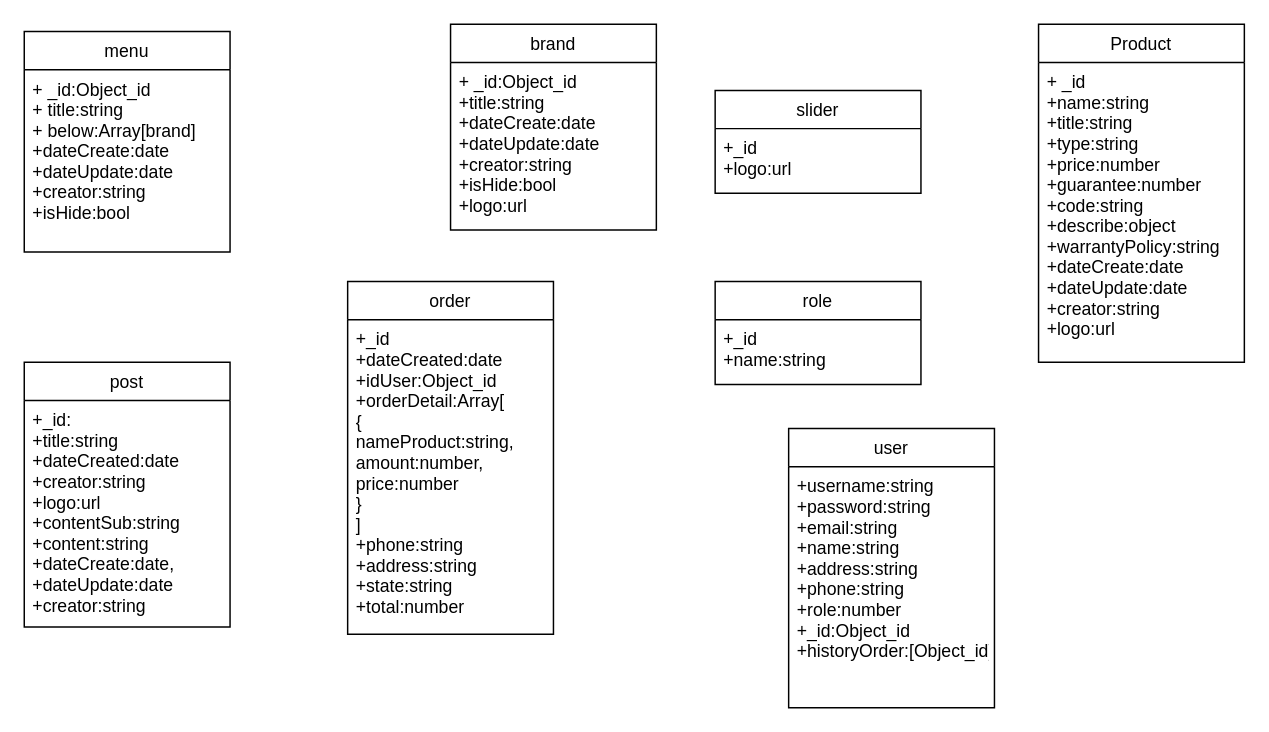
The draw.io diagram dongho.drawio in kanaza919/ChuDeNC_BackEnd, before the edit. Source tidied: cells renumbered, new cells numbered last; positions are measured from the earlier drawing's top-left corner, leaving out a move shared by most shapes. Both pictures are drawn from the tidied source at 147%, with x=0, y=0 at pixel (24, 24).
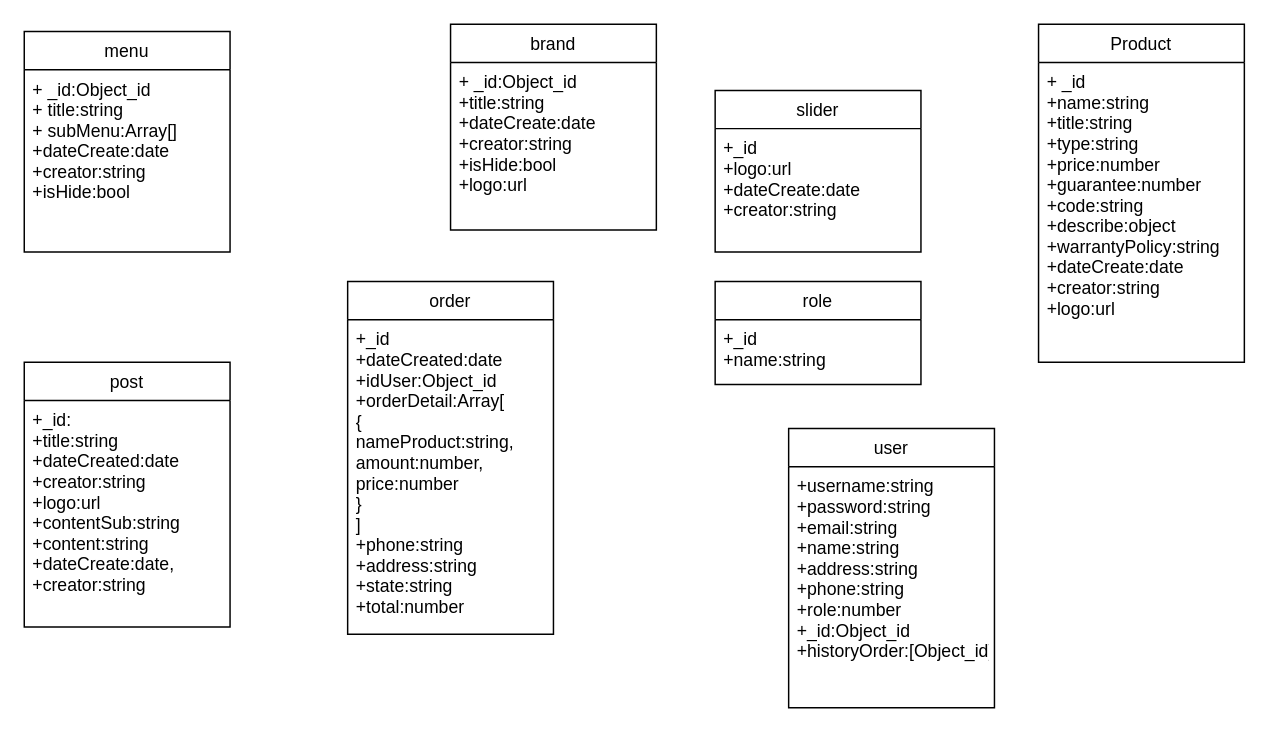
The same page after the edit.

The edit, as a diff of the source:
```diff
@@
 <mxGraphModel background="#ffffff">
   <root>
     <mxCell id="0" />
     <mxCell id="1" parent="0" />
     <mxCell id="2" value="menu" style="swimlane;fontStyle=0;horizontal=1;startSize=26;fillColor=none;" parent="1" vertex="1">
       <mxGeometry y="5" width="140" height="150" as="geometry" />
     </mxCell>
-    <mxCell id="3" value="+ _id:Object_id&#10;+ title:string&#10;+ below:Array[brand]&#10;+dateCreate:date&#10;+dateUpdate:date&#10;+creator:string&#10;+isHide:bool" style="text;strokeColor=none;fillColor=none;align=left;verticalAlign=top;spacingLeft=4;spacingRight=4;overflow=hidden;" parent="2" vertex="1">
+    <mxCell id="3" value="+ _id:Object_id&#10;+ title:string&#10;+ subMenu:Array[]&#10;+dateCreate:date&#10;+creator:string&#10;+isHide:bool" style="text;strokeColor=none;fillColor=none;align=left;verticalAlign=top;spacingLeft=4;spacingRight=4;overflow=hidden;" parent="2" vertex="1">
       <mxGeometry y="26" width="140" height="124" as="geometry" />
     </mxCell>
     <mxCell id="4" value="brand" style="swimlane;fontStyle=0;horizontal=1;startSize=26;fillColor=none;" parent="1" vertex="1">
       <mxGeometry x="290" width="140" height="140" as="geometry" />
     </mxCell>
-    <mxCell id="5" value="+ _id:Object_id&#10;+title:string&#10;+dateCreate:date&#10;+dateUpdate:date&#10;+creator:string&#10;+isHide:bool&#10;+logo:url" style="text;strokeColor=none;fillColor=none;align=left;verticalAlign=top;spacingLeft=4;spacingRight=4;overflow=hidden;" parent="4" vertex="1">
+    <mxCell id="5" value="+ _id:Object_id&#10;+title:string&#10;+dateCreate:date&#10;+creator:string&#10;+isHide:bool&#10;+logo:url" style="text;strokeColor=none;fillColor=none;align=left;verticalAlign=top;spacingLeft=4;spacingRight=4;overflow=hidden;" parent="4" vertex="1">
       <mxGeometry y="26" width="140" height="114" as="geometry" />
     </mxCell>
     <mxCell id="6" value="user" style="swimlane;fontStyle=0;horizontal=1;startSize=26;fillColor=none;" parent="1" vertex="1">
       <mxGeometry x="520" y="275" width="140" height="190" as="geometry" />
     </mxCell>
     <mxCell id="7" value="+username:string&#10;+password:string&#10;+email:string&#10;+name:string&#10;+address:string&#10;+phone:string&#10;+role:number&#10;+_id:Object_id&#10;+historyOrder:[Object_id]" style="text;strokeColor=none;fillColor=none;align=left;verticalAlign=top;spacingLeft=4;spacingRight=4;overflow=hidden;" parent="6" vertex="1">
       <mxGeometry y="26" width="140" height="164" as="geometry" />
     </mxCell>
     <mxCell id="8" value="role" style="swimlane;fontStyle=0;horizontal=1;startSize=26;fillColor=none;" parent="1" vertex="1">
       <mxGeometry x="470" y="175" width="140" height="70" as="geometry" />
     </mxCell>
     <mxCell id="9" value="+_id&#10;+name:string" style="text;strokeColor=none;fillColor=none;align=left;verticalAlign=top;spacingLeft=4;spacingRight=4;overflow=hidden;" parent="8" vertex="1">
       <mxGeometry y="26" width="140" height="44" as="geometry" />
     </mxCell>
     <mxCell id="10" value="order" style="swimlane;fontStyle=0;horizontal=1;startSize=26;fillColor=none;" parent="1" vertex="1">
       <mxGeometry x="220" y="175" width="140" height="240" as="geometry" />
     </mxCell>
     <mxCell id="11" value="+_id&#10;+dateCreated:date&#10;+idUser:Object_id&#10;+orderDetail:Array[&#10;{&#10;nameProduct:string,&#10;amount:number,&#10;price:number&#10;}&#10;]&#10;+phone:string&#10;+address:string&#10;+state:string&#10;+total:number" style="text;strokeColor=none;fillColor=none;align=left;verticalAlign=top;spacingLeft=4;spacingRight=4;overflow=hidden;" parent="10" vertex="1">
       <mxGeometry y="26" width="140" height="214" as="geometry" />
     </mxCell>
     <mxCell id="12" value="slider" style="swimlane;fontStyle=0;horizontal=1;startSize=26;fillColor=none;" parent="1" vertex="1">
-      <mxGeometry x="470" y="45" width="140" height="70" as="geometry" />
+      <mxGeometry x="470" y="45" width="140" height="110" as="geometry" />
     </mxCell>
-    <mxCell id="13" value="+_id&#10;+logo:url" style="text;strokeColor=none;fillColor=none;align=left;verticalAlign=top;spacingLeft=4;spacingRight=4;overflow=hidden;" parent="12" vertex="1">
-      <mxGeometry y="26" width="140" height="44" as="geometry" />
+    <mxCell id="13" value="+_id&#10;+logo:url&#10;+dateCreate:date&#10;+creator:string" style="text;strokeColor=none;fillColor=none;align=left;verticalAlign=top;spacingLeft=4;spacingRight=4;overflow=hidden;" parent="12" vertex="1">
+      <mxGeometry y="26" width="140" height="84" as="geometry" />
     </mxCell>
     <mxCell id="14" value="Product" style="swimlane;fontStyle=0;horizontal=1;startSize=26;fillColor=none;" parent="1" vertex="1">
       <mxGeometry x="690" width="140" height="230" as="geometry" />
     </mxCell>
-    <mxCell id="15" value="+ _id&#10;+name:string&#10;+title:string&#10;+type:string&#10;+price:number&#10;+guarantee:number&#10;+code:string&#10;+describe:object&#10;+warrantyPolicy:string&#10;+dateCreate:date&#10;+dateUpdate:date&#10;+creator:string&#10;+logo:url" style="text;strokeColor=none;fillColor=none;align=left;verticalAlign=top;spacingLeft=4;spacingRight=4;overflow=hidden;" parent="14" vertex="1">
+    <mxCell id="15" value="+ _id&#10;+name:string&#10;+title:string&#10;+type:string&#10;+price:number&#10;+guarantee:number&#10;+code:string&#10;+describe:object&#10;+warrantyPolicy:string&#10;+dateCreate:date&#10;+creator:string&#10;+logo:url" style="text;strokeColor=none;fillColor=none;align=left;verticalAlign=top;spacingLeft=4;spacingRight=4;overflow=hidden;" parent="14" vertex="1">
       <mxGeometry y="26" width="140" height="204" as="geometry" />
     </mxCell>
     <mxCell id="16" value="post" style="swimlane;fontStyle=0;horizontal=1;startSize=26;fillColor=none;" parent="1" vertex="1">
       <mxGeometry y="230" width="140" height="180" as="geometry" />
     </mxCell>
-    <mxCell id="17" value="+_id:&#10;+title:string&#10;+dateCreated:date&#10;+creator:string&#10;+logo:url&#10;+contentSub:string&#10;+content:string&#10;+dateCreate:date,&#10;+dateUpdate:date&#10;+creator:string" style="text;strokeColor=none;fillColor=none;align=left;verticalAlign=top;spacingLeft=4;spacingRight=4;overflow=hidden;" parent="16" vertex="1">
+    <mxCell id="17" value="+_id:&#10;+title:string&#10;+dateCreated:date&#10;+creator:string&#10;+logo:url&#10;+contentSub:string&#10;+content:string&#10;+dateCreate:date,&#10;+creator:string" style="text;strokeColor=none;fillColor=none;align=left;verticalAlign=top;spacingLeft=4;spacingRight=4;overflow=hidden;" parent="16" vertex="1">
       <mxGeometry y="26" width="140" height="154" as="geometry" />
     </mxCell>
   </root>
 </mxGraphModel>
```
